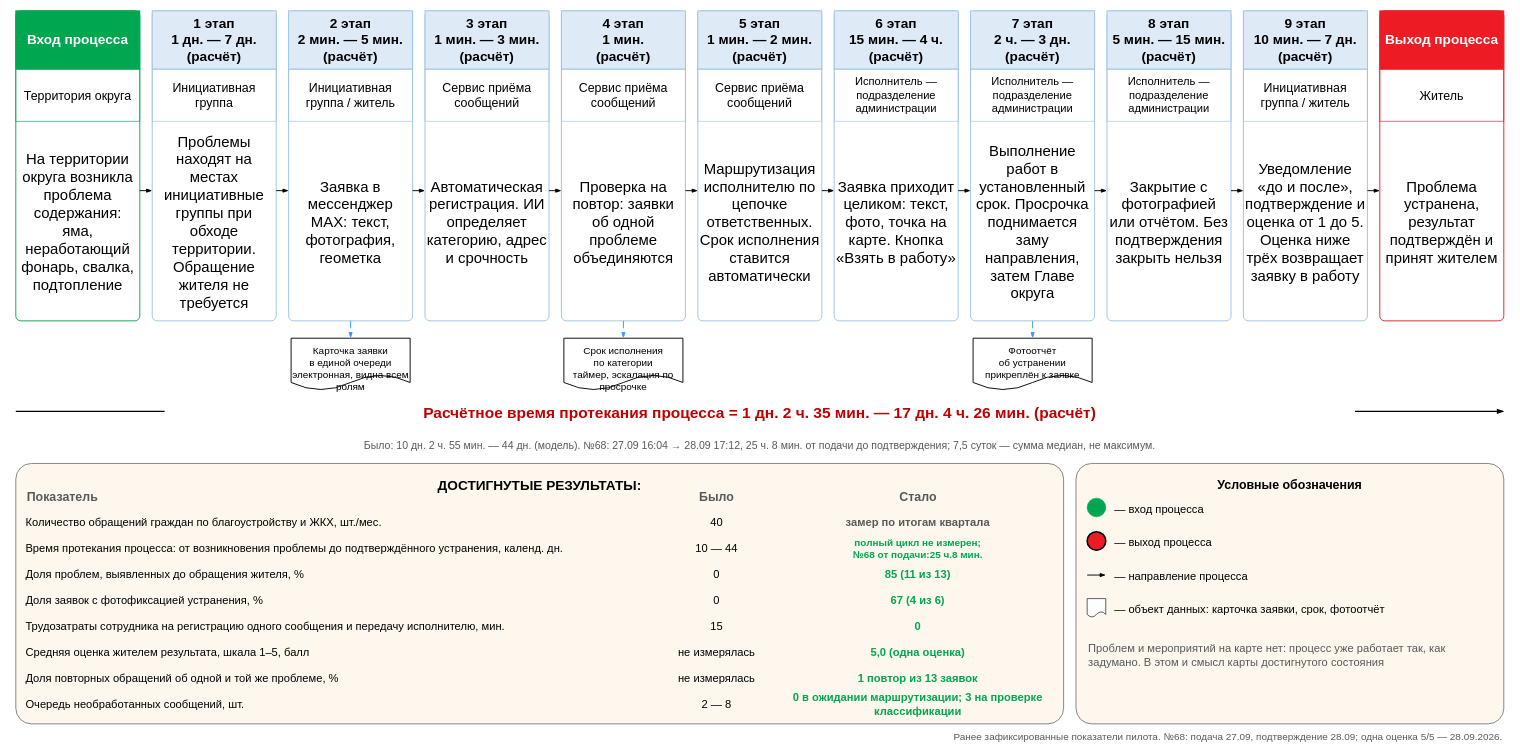
This is файлы/karta-dostignutogo.drawio from NiceGenn/Team-28-progress, a draw.io file, before an edit. Source tidied: cells renumbered, new cells numbered last; positions are measured from the earlier drawing's top-left corner, leaving out a move shared by most shapes. Both pictures are drawn from the tidied source at 62%, with x=0, y=0 at pixel (16, 11).
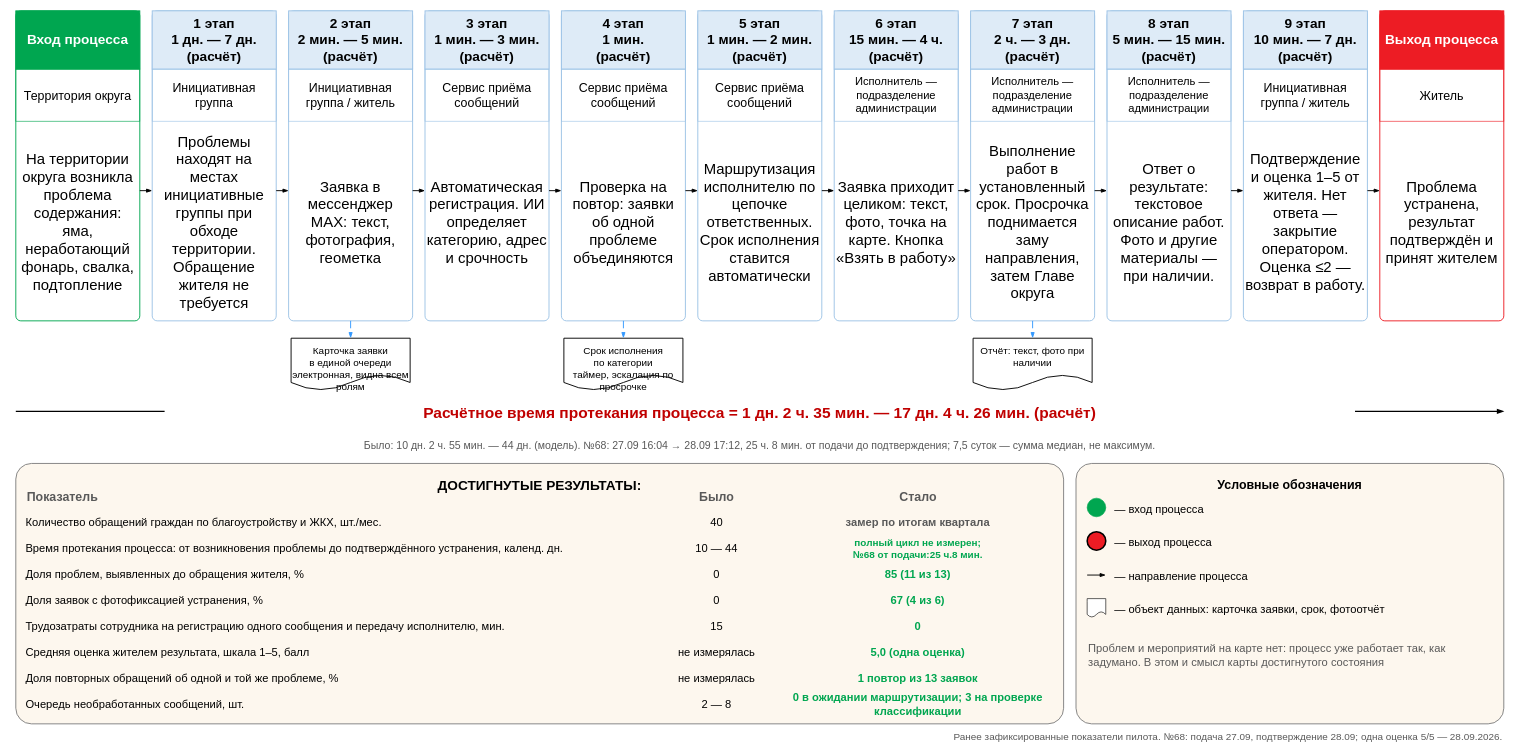
Above is the later version.

Diff of the diagram source:
```diff
@@
-    <mxCell id="37" value="Закрытие с фотографией или отчётом. Без подтверждения закрыть нельзя" style="text;html=1;whiteSpace=wrap;align=center;verticalAlign=middle;fontSize=24;fontFamily=Liberation Sans;fontColor=#000000;fillColor=none;strokeColor=none;spacing=0;" parent="1" vertex="1">
+    <mxCell id="37" value="Ответ о результате: текстовое описание работ. Фото и другие материалы — при наличии." style="text;html=1;whiteSpace=wrap;align=center;verticalAlign=middle;fontSize=24;fontFamily=Liberation Sans;fontColor=#000000;fillColor=none;strokeColor=none;spacing=0;" parent="1" vertex="1">
       <mxGeometry x="1764" y="188" width="192" height="306" as="geometry" />
     </mxCell>
@@
-    <mxCell id="41" value="Уведомление «до и после», подтверждение и оценка от 1 до 5. Оценка ниже трёх возвращает заявку в работу" style="text;html=1;whiteSpace=wrap;align=center;verticalAlign=middle;fontSize=24;fontFamily=Liberation Sans;fontColor=#000000;fillColor=none;strokeColor=none;spacing=0;" parent="1" vertex="1">
+    <mxCell id="41" value="Подтверждение и оценка 1–5 от жителя. Нет ответа — закрытие оператором. Оценка ≤2 — возврат в работу." style="text;html=1;whiteSpace=wrap;align=center;verticalAlign=middle;fontSize=24;fontFamily=Liberation Sans;fontColor=#000000;fillColor=none;strokeColor=none;spacing=0;" parent="1" vertex="1">
       <mxGeometry x="1984" y="188" width="192" height="306" as="geometry" />
     </mxCell>
@@
-    <mxCell id="60" value="Фотоотчёт&lt;br&gt;об устранении&lt;br&gt;прикреплён к заявке" style="shape=document;whiteSpace=wrap;html=1;boundedLbl=1;fillColor=#FFFFFF;strokeColor=#000000;strokeWidth=1.5;fontSize=16;verticalAlign=top;spacingTop=4;fontFamily=Liberation Sans;fontColor=#000000;spacing=2;" parent="1" vertex="1">
+    <mxCell id="60" value="Отчёт: текст, фото при наличии" style="shape=document;whiteSpace=wrap;html=1;boundedLbl=1;fillColor=#FFFFFF;strokeColor=#000000;strokeWidth=1.5;fontSize=16;verticalAlign=top;spacingTop=4;fontFamily=Liberation Sans;fontColor=#000000;spacing=2;" parent="1" vertex="1">
       <mxGeometry x="1544" y="528" width="192" height="84" as="geometry" />
     </mxCell>
```
